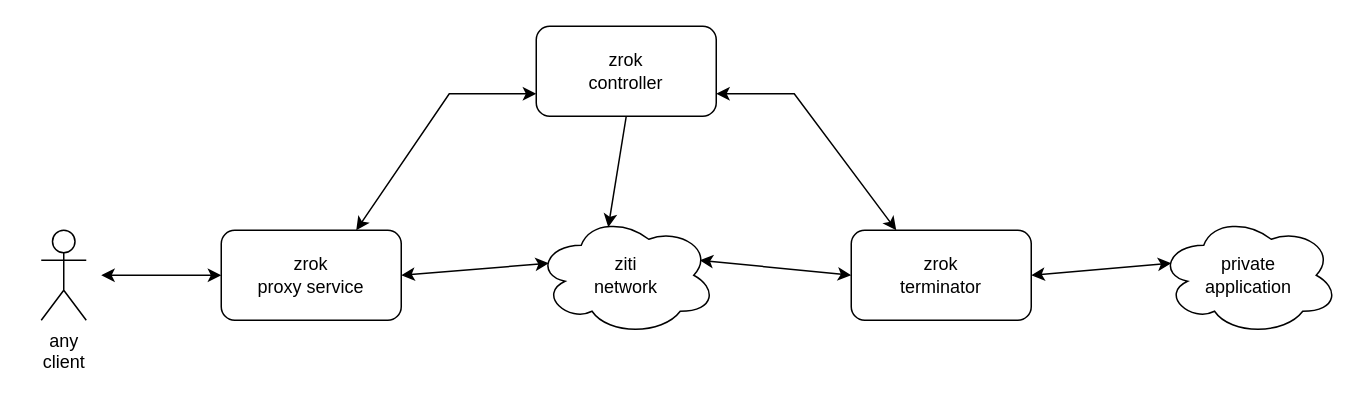
Earlier version of the draw.io diagram docs/images/zrok.drawio (openziti/zrok). Source tidied: cells renumbered, new cells numbered last; positions are measured from the earlier drawing's top-left corner, leaving out a move shared by most shapes. Both pictures are drawn from the tidied source at 150%, with x=0, y=0 at pixel (40, 26).
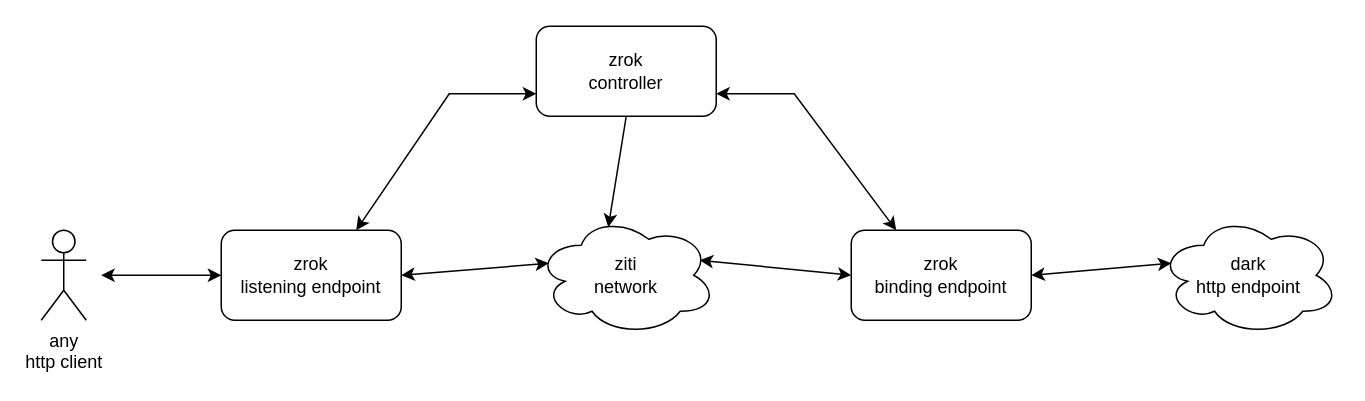
After the change.

Change to the diagram source:
```diff
@@
 <mxGraphModel>
   <root>
     <mxCell id="0" />
     <mxCell id="1" parent="0" />
     <mxCell id="2" value="ziti&lt;br&gt;network" style="ellipse;shape=cloud;whiteSpace=wrap;html=1;" parent="1" vertex="1">
       <mxGeometry x="330" y="126" width="120" height="80" as="geometry" />
     </mxCell>
-    <mxCell id="3" value="zrok&lt;br&gt;terminator" style="rounded=1;whiteSpace=wrap;html=1;" parent="1" vertex="1">
+    <mxCell id="3" value="zrok&lt;br&gt;binding endpoint" style="rounded=1;whiteSpace=wrap;html=1;" parent="1" vertex="1">
       <mxGeometry x="540" y="136" width="120" height="60" as="geometry" />
     </mxCell>
-    <mxCell id="4" value="private&lt;br&gt;application" style="ellipse;shape=cloud;whiteSpace=wrap;html=1;" parent="1" vertex="1">
+    <mxCell id="4" value="dark&lt;br&gt;http endpoint" style="ellipse;shape=cloud;whiteSpace=wrap;html=1;" parent="1" vertex="1">
       <mxGeometry x="745" y="126" width="120" height="80" as="geometry" />
     </mxCell>
-    <mxCell id="5" value="zrok&lt;br&gt;proxy service" style="rounded=1;whiteSpace=wrap;html=1;" parent="1" vertex="1">
+    <mxCell id="5" value="zrok&lt;br&gt;listening endpoint" style="rounded=1;whiteSpace=wrap;html=1;" parent="1" vertex="1">
       <mxGeometry x="120" y="136" width="120" height="60" as="geometry" />
     </mxCell>
-    <mxCell id="6" value="any&lt;br&gt;client" style="shape=umlActor;verticalLabelPosition=bottom;verticalAlign=top;html=1;" parent="1" vertex="1">
+    <mxCell id="6" value="any&lt;br&gt;http client" style="shape=umlActor;verticalLabelPosition=bottom;verticalAlign=top;html=1;" parent="1" vertex="1">
       <mxGeometry y="136" width="30" height="60" as="geometry" />
     </mxCell>
     <mxCell id="7" style="endArrow=classic;startArrow=classic;html=1;rounded=0;entryX=0;entryY=0.5;entryDx=0;entryDy=0;" parent="1" edge="1" target="5">
       <mxGeometry relative="1" as="geometry">
         <mxPoint x="40" y="166" as="sourcePoint" />
       </mxGeometry>
     </mxCell>
     <mxCell id="8" style="endArrow=classic;startArrow=classic;html=1;rounded=0;entryX=0.07;entryY=0.4;entryDx=0;entryDy=0;entryPerimeter=0;exitX=1;exitY=0.5;exitDx=0;exitDy=0;" parent="1" edge="1" source="5" target="2">
       <mxGeometry relative="1" as="geometry" />
     </mxCell>
     <mxCell id="9" style="endArrow=classic;startArrow=classic;html=1;rounded=0;entryX=0;entryY=0.5;entryDx=0;entryDy=0;exitX=0.908;exitY=0.375;exitDx=0;exitDy=0;exitPerimeter=0;" parent="1" edge="1" source="2" target="3">
       <mxGeometry relative="1" as="geometry" />
     </mxCell>
     <mxCell id="10" style="endArrow=classic;startArrow=classic;html=1;rounded=0;entryX=0.07;entryY=0.4;entryDx=0;entryDy=0;entryPerimeter=0;exitX=1;exitY=0.5;exitDx=0;exitDy=0;" parent="1" edge="1" source="3" target="4">
       <mxGeometry relative="1" as="geometry" />
     </mxCell>
     <mxCell id="11" value="zrok&lt;br&gt;controller" style="rounded=1;whiteSpace=wrap;html=1;" parent="1" vertex="1">
       <mxGeometry x="330" width="120" height="60" as="geometry" />
     </mxCell>
     <mxCell id="12" style="endArrow=classic;html=1;rounded=0;exitX=0.5;exitY=1;exitDx=0;exitDy=0;entryX=0.4;entryY=0.1;entryDx=0;entryDy=0;entryPerimeter=0;" parent="1" edge="1" source="11" target="2">
       <mxGeometry relative="1" as="geometry" />
     </mxCell>
     <mxCell id="13" style="endArrow=classic;html=1;rounded=0;exitX=0;exitY=0.75;exitDx=0;exitDy=0;entryX=0.75;entryY=0;entryDx=0;entryDy=0;startArrow=classic;startFill=1;" parent="1" edge="1" source="11" target="5">
       <mxGeometry relative="1" as="geometry">
         <Array as="points">
           <mxPoint x="272" y="45" />
         </Array>
       </mxGeometry>
     </mxCell>
     <mxCell id="14" style="endArrow=classic;html=1;rounded=0;exitX=1;exitY=0.75;exitDx=0;exitDy=0;entryX=0.25;entryY=0;entryDx=0;entryDy=0;endFill=1;startArrow=classic;startFill=1;" parent="1" edge="1" source="11" target="3">
       <mxGeometry relative="1" as="geometry">
         <Array as="points">
           <mxPoint x="502" y="45" />
         </Array>
       </mxGeometry>
     </mxCell>
   </root>
 </mxGraphModel>
```
